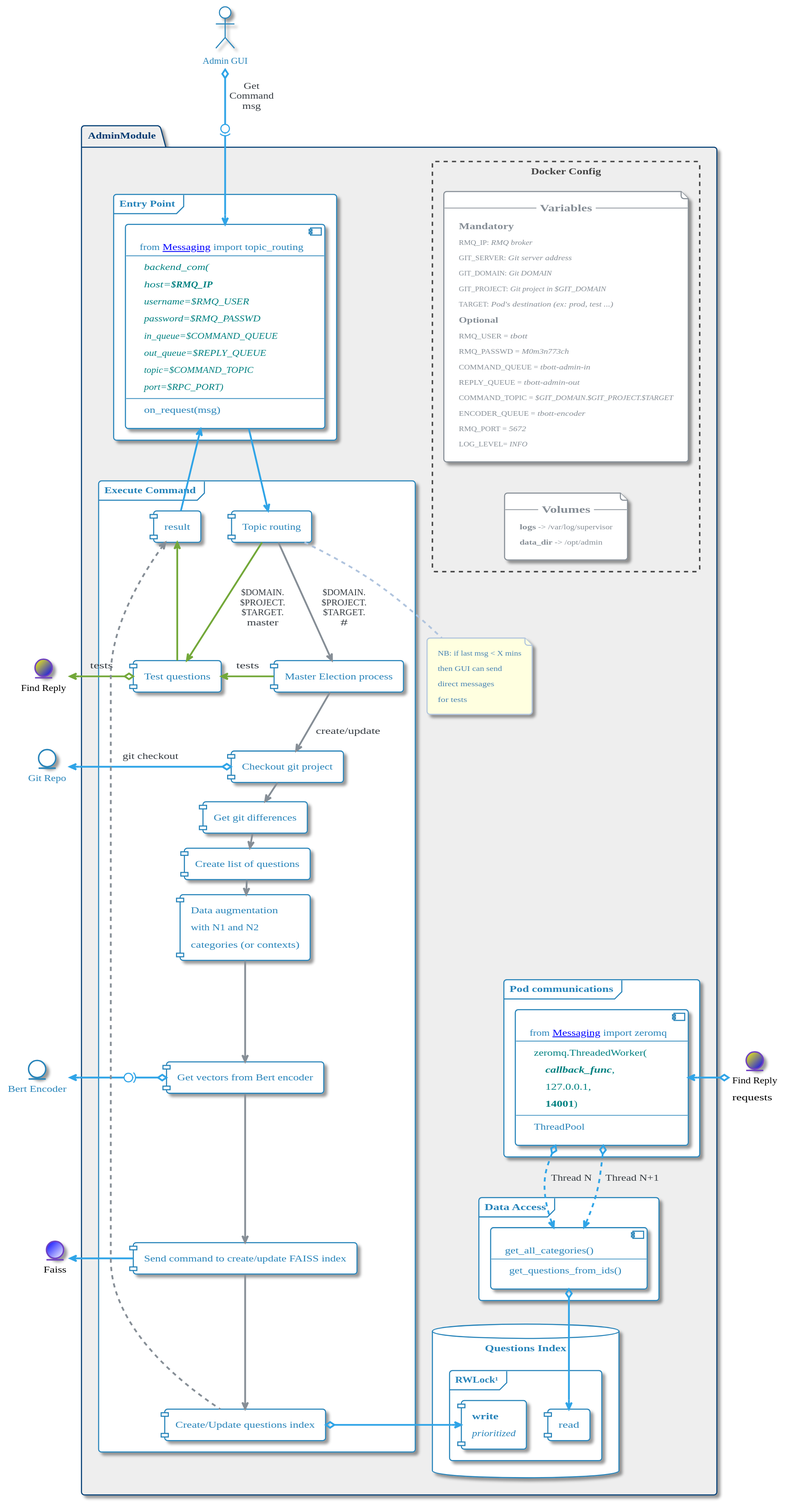
Before: images/plantuml/Admin/admin/Admin_Full.svg, a diagram exported from PlantUML (momenttech/maestro-architecture).
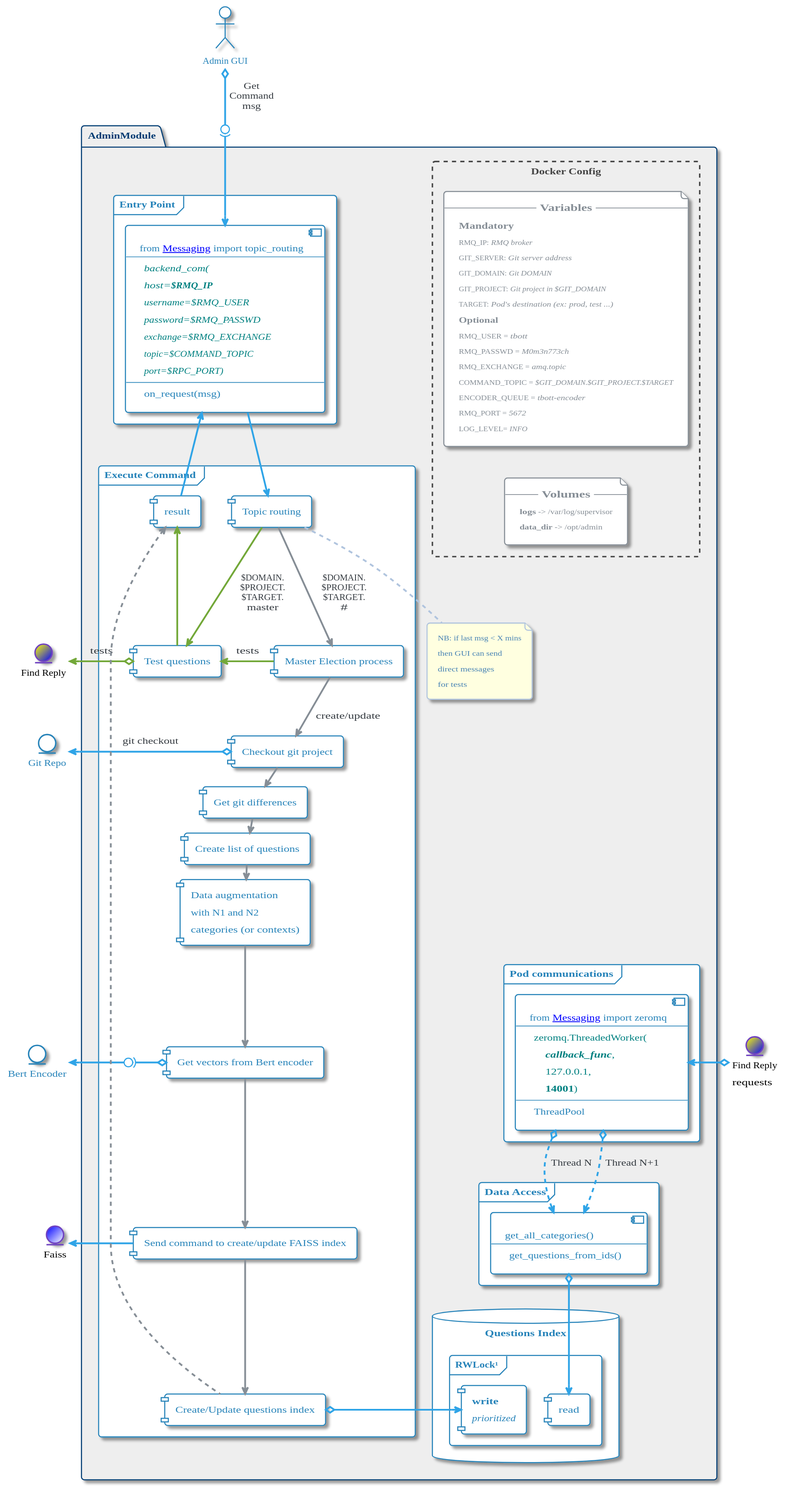
The same file after the commit.

Commit message:
updated exchange configuration

What changed in the source:
```diff
@@ -427,7 +427,7 @@
             rectangle "Docker Config" <<boundary>> as AdminModule_cfg {
 
 
-        file "-- =Variables --\n==Mandatory\nRMQ_IP: <i>RMQ broker</i>\n                                GIT_SERVER: <i>Git server address</i>\n                                GIT_DOMAIN: <i>Git DOMAIN</i>\n                                GIT_PROJECT: <i>Git project in $GIT_DOMAIN</i>\n                                TARGET: <i>Pod's destination (ex: prod, test ...)</i>\n===Optional\nRMQ_USER = <i>tbott</i>\n                                RMQ_PASSWD = <i>M0m3n773ch</i>\n                                COMMAND_QUEUE = <i>tbott-admin-in</i>\n                                REPLY_QUEUE = <i>tbott-admin-out</i>\n                                COMMAND_TOPIC = <i>$GIT_DOMAIN.$GIT_PROJECT.$TARGET</i>\n                                ENCODER_QUEUE = <i>tbott-encoder</i>\n                                RMQ_PORT = <i>5672</i>\n                                LOG_LEVEL= <i>INFO</i>" <<docker_params>> as AdminModule_vars
+        file "-- =Variables --\n==Mandatory\nRMQ_IP: <i>RMQ broker</i>\n                                GIT_SERVER: <i>Git server address</i>\n                                GIT_DOMAIN: <i>Git DOMAIN</i>\n                                GIT_PROJECT: <i>Git project in $GIT_DOMAIN</i>\n                                TARGET: <i>Pod's destination (ex: prod, test ...)</i>\n===Optional\nRMQ_USER = <i>tbott</i>\n                                RMQ_PASSWD = <i>M0m3n773ch</i>\n                                RMQ_EXCHANGE = <i>amq.topic</i>\n                                COMMAND_TOPIC = <i>$GIT_DOMAIN.$GIT_PROJECT.$TARGET</i>\n                                ENCODER_QUEUE = <i>tbott-encoder</i>\n                                RMQ_PORT = <i>5672</i>\n                                LOG_LEVEL= <i>INFO</i>" <<docker_params>> as AdminModule_vars
 
 
         file "-- =Volumes --\n<b>logs</b> -> /var/log/supervisor\n                            <b>data_dir</b> -> /opt/admin" <<docker_params>> as AdminModule_vols
@@ -464,8 +464,7 @@
                 <i><color:teal>host=<b>$RMQ_IP</b></color></i>
                 <i><color:teal>username=$RMQ_USER</color></i>
                 <i><color:teal>password=$RMQ_PASSWD</color></i>
-                <i><color:teal>in_queue=$COMMAND_QUEUE</color></i>
-                <i><color:teal>out_queue=$REPLY_QUEUE</color></i>
+                <i><color:teal>exchange=$RMQ_EXCHANGE</color></i>
                 <i><color:teal>topic=$COMMAND_TOPIC</color></i>
                 <i><color:teal>port=$RPC_PORT)</color></i>
                 ----
```
